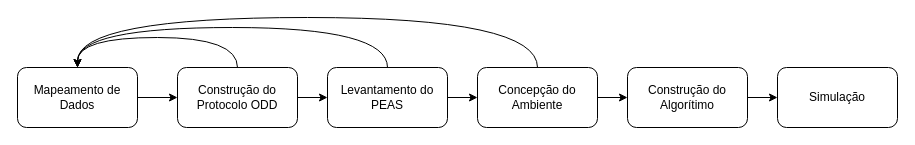
This is images/ModeloFK_2.drawio from fkfouri/vegetable_oil_mkt, a draw.io file, before an edit. Source tidied: cells renumbered, new cells numbered last; positions are measured from the earlier drawing's top-left corner, leaving out a move shared by most shapes. Both pictures are drawn from the tidied source at 100%, with x=0, y=0 at pixel (17, 17).
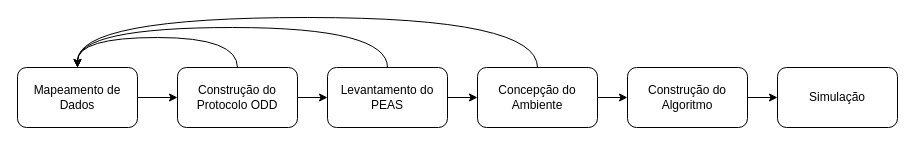
The same diagram, later.

Diff of the diagram source:
```diff
@@
-    <mxCell id="9" value="Construção do Algorítimo" style="whiteSpace=wrap;html=1;rounded=1;" parent="1" vertex="1">
+    <mxCell id="9" value="Construção do Algoritmo" style="whiteSpace=wrap;html=1;rounded=1;" parent="1" vertex="1">
       <mxGeometry x="610" y="50" width="120" height="60" as="geometry" />
     </mxCell>
```
